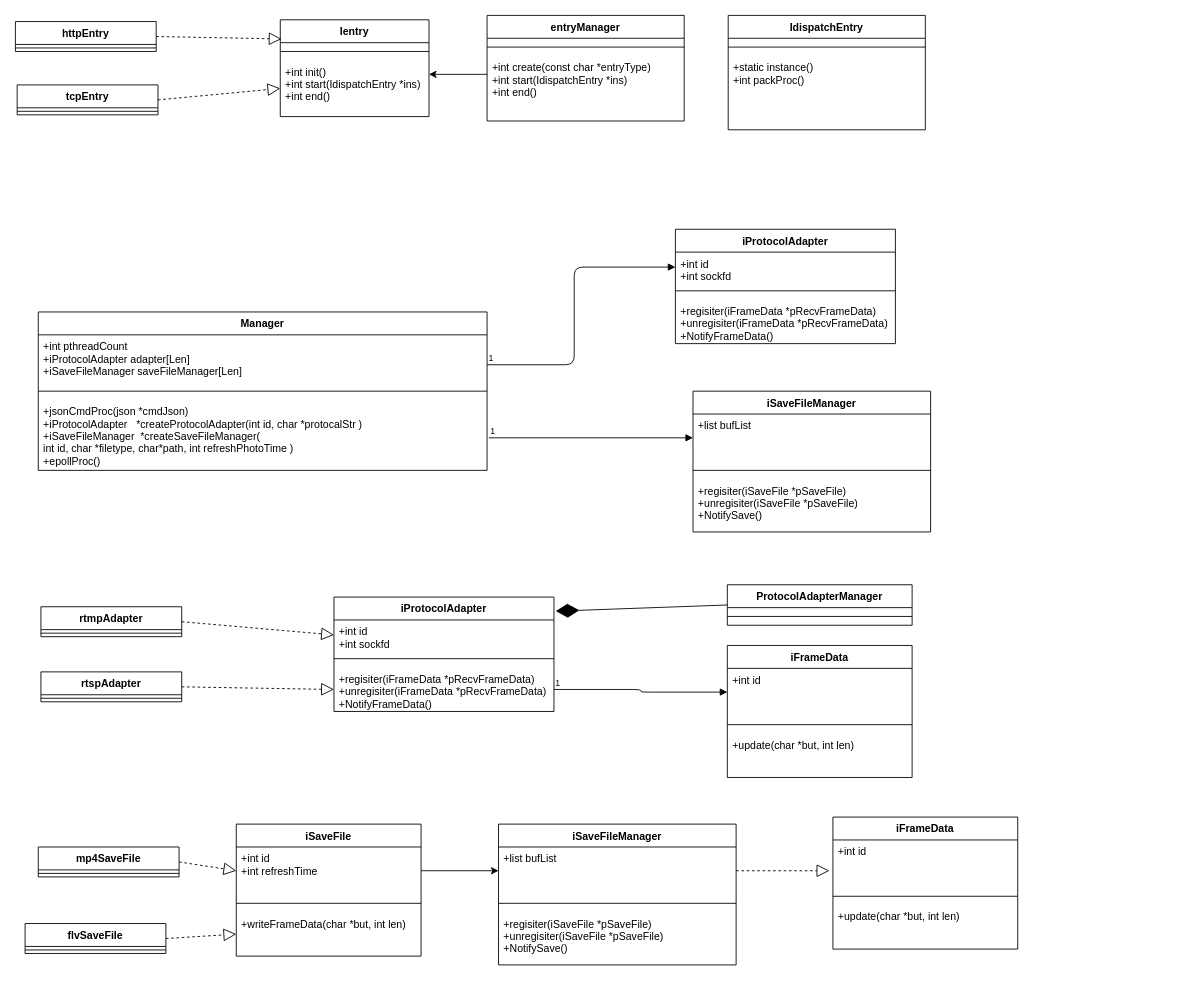
This is 巡课uml.drawio from huangPeiLc/drawio, a draw.io file, before an edit. Source tidied: cells renumbered, new cells numbered last; positions are measured from the earlier drawing's top-left corner, leaving out a move shared by most shapes. Both pictures are drawn from the tidied source at 88%, with x=0, y=0 at pixel (15, 15).
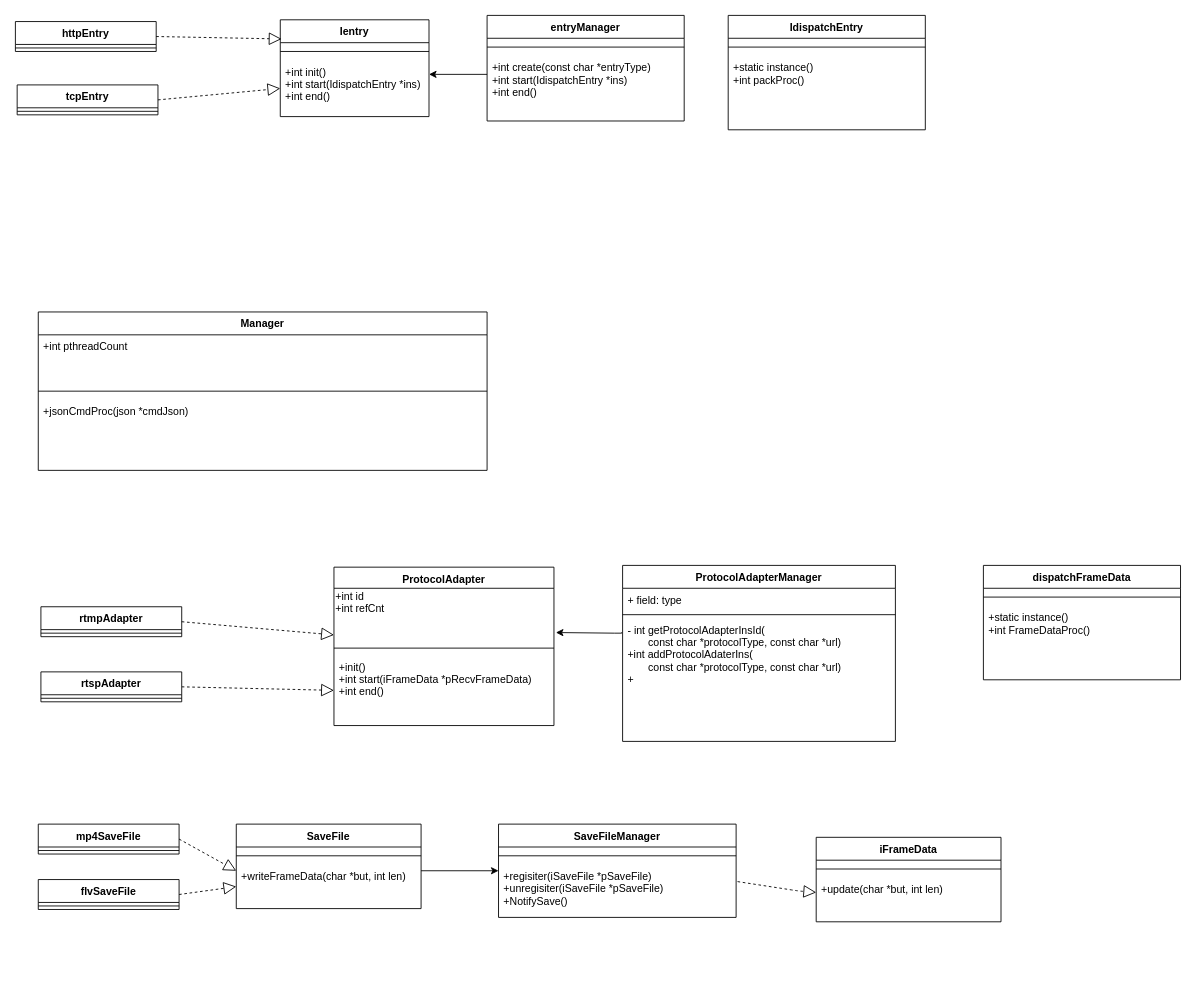
After the change.

The change refers to these unchanged cells:
```xml
<mxCell id="7" value="rtmpAdapter&#10;" style="swimlane;fontStyle=1;align=center;verticalAlign=top;horizontal=1;startSize=26;" parent="1" vertex="1">
  <mxGeometry x="29" y="672" width="160" height="34" as="geometry" />
</mxCell>
<mxCell id="41" value="Manager" style="swimlane;fontStyle=1;align=center;verticalAlign=top;horizontal=1;startSize=26;" parent="1" vertex="1">
  <mxGeometry x="26" y="337" width="510" height="180" as="geometry" />
</mxCell>
```

Change to the diagram source:
```diff
@@
-    <mxCell id="2" value="iProtocolAdapter&#10;" style="swimlane;fontStyle=1;align=center;verticalAlign=top;horizontal=1;startSize=26;" parent="1" vertex="1">
-      <mxGeometry x="362" y="661" width="250" height="130" as="geometry" />
+    <mxCell id="2" value="ProtocolAdapter&#10;" style="swimlane;fontStyle=1;align=center;verticalAlign=top;horizontal=1;startSize=24;" parent="1" vertex="1">
+      <mxGeometry x="362" y="627" width="250" height="180" as="geometry" />
     </mxCell>
-    <mxCell id="3" value="+int id&#10;+int sockfd" style="text;strokeColor=none;fillColor=none;align=left;verticalAlign=top;spacingLeft=4;spacingRight=4;overflow=hidden;points=[[0,0.5],[1,0.5]];portConstraint=eastwest;" parent="2" vertex="1">
-      <mxGeometry y="26" width="250" height="34" as="geometry" />
-    </mxCell>
+    <mxCell id="73" value="+int id&lt;br&gt;+int refCnt&lt;table&gt;&lt;tbody&gt;&lt;tr&gt;&lt;td&gt;&lt;br&gt;&lt;/td&gt;&lt;/tr&gt;&lt;/tbody&gt;&lt;/table&gt;&lt;br&gt;" style="text;html=1;align=left;verticalAlign=top;spacingTop=-4;" parent="2" vertex="1">
+      <mxGeometry y="24" width="250" height="60" as="geometry" />
+    </mxCell>
     <mxCell id="4" style="line;strokeWidth=1;fillColor=none;align=left;verticalAlign=middle;spacingTop=-1;spacingLeft=3;spacingRight=3;labelPosition=right;" parent="2" vertex="1">
-      <mxGeometry y="60" width="250" height="20" as="geometry" />
+      <mxGeometry y="84" width="250" height="16" as="geometry" />
     </mxCell>
-    <mxCell id="5" value="+regisiter(iFrameData *pRecvFrameData)&#10;+unregisiter(iFrameData *pRecvFrameData)&#10;+NotifyFrameData()" style="text;strokeColor=none;fillColor=none;align=left;verticalAlign=top;spacingLeft=4;spacingRight=4;overflow=hidden;points=[[0,0.5],[1,0.5]];portConstraint=eastwest;" parent="2" vertex="1">
-      <mxGeometry y="80" width="250" height="50" as="geometry" />
+    <mxCell id="5" value="+init()&#10;+int start(iFrameData *pRecvFrameData)&#10;+int end()" style="text;strokeColor=none;fillColor=none;align=left;verticalAlign=top;spacingLeft=4;spacingRight=4;overflow=hidden;points=[[0,0.5],[1,0.5]];portConstraint=eastwest;" parent="2" vertex="1">
+      <mxGeometry y="100" width="250" height="80" as="geometry" />
     </mxCell>
@@
-    <mxCell id="11" style="endArrow=block;dashed=1;endFill=0;endSize=12;html=1;exitX=1;exitY=0.5;exitDx=0;exitDy=0;entryX=0;entryY=0.5;entryDx=0;entryDy=0;" parent="1" edge="1" source="7" target="3">
-      <mxGeometry relative="1" as="geometry" />
+    <mxCell id="11" style="endArrow=block;dashed=1;endFill=0;endSize=12;html=1;exitX=1;exitY=0.5;exitDx=0;exitDy=0;entryX=0;entryY=0.5;entryDx=0;entryDy=0;" parent="1" edge="1" source="7">
+      <mxGeometry relative="1" as="geometry">
+        <mxPoint x="362" y="704" as="targetPoint" />
+      </mxGeometry>
     </mxCell>
-    <mxCell id="12" value="iSaveFileManager&#10;" style="swimlane;fontStyle=1;align=center;verticalAlign=top;horizontal=1;startSize=26;" parent="1" vertex="1">
-      <mxGeometry x="549" y="919" width="270" height="160" as="geometry" />
+    <mxCell id="12" value="SaveFileManager&#10;" style="swimlane;fontStyle=1;align=center;verticalAlign=top;horizontal=1;startSize=26;" parent="1" vertex="1">
+      <mxGeometry x="549" y="919" width="270" height="106" as="geometry" />
     </mxCell>
-    <mxCell id="13" value="+list bufList&#10;" style="text;strokeColor=none;fillColor=none;align=left;verticalAlign=top;spacingLeft=4;spacingRight=4;overflow=hidden;points=[[0,0.5],[1,0.5]];portConstraint=eastwest;" parent="12" vertex="1">
-      <mxGeometry y="26" width="270" height="54" as="geometry" />
-    </mxCell>
     <mxCell id="14" style="line;strokeWidth=1;fillColor=none;align=left;verticalAlign=middle;spacingTop=-1;spacingLeft=3;spacingRight=3;labelPosition=right;" parent="12" vertex="1">
-      <mxGeometry y="80" width="270" height="20" as="geometry" />
+      <mxGeometry y="26" width="270" height="20" as="geometry" />
     </mxCell>
     <mxCell id="15" value="+regisiter(iSaveFile *pSaveFile)&#10;+unregisiter(iSaveFile *pSaveFile)&#10;+NotifySave()" style="text;strokeColor=none;fillColor=none;align=left;verticalAlign=top;spacingLeft=4;spacingRight=4;overflow=hidden;points=[[0,0.5],[1,0.5]];portConstraint=eastwest;" parent="12" vertex="1">
-      <mxGeometry y="100" width="270" height="60" as="geometry" />
+      <mxGeometry y="46" width="270" height="60" as="geometry" />
     </mxCell>
-    <mxCell id="16" value="iFrameData&#10;" style="swimlane;fontStyle=1;align=center;verticalAlign=top;horizontal=1;startSize=26;" parent="1" vertex="1">
-      <mxGeometry x="929" y="911" width="210" height="150" as="geometry" />
-    </mxCell>
-    <mxCell id="17" value="+int id&#10;" style="text;strokeColor=none;fillColor=none;align=left;verticalAlign=top;spacingLeft=4;spacingRight=4;overflow=hidden;points=[[0,0.5],[1,0.5]];portConstraint=eastwest;" parent="16" vertex="1">
-      <mxGeometry y="26" width="210" height="54" as="geometry" />
-    </mxCell>
-    <mxCell id="18" style="line;strokeWidth=1;fillColor=none;align=left;verticalAlign=middle;spacingTop=-1;spacingLeft=3;spacingRight=3;labelPosition=right;" parent="16" vertex="1">
-      <mxGeometry y="80" width="210" height="20" as="geometry" />
-    </mxCell>
-    <mxCell id="19" value="+update(char *but, int len)&#10;" style="text;strokeColor=none;fillColor=none;align=left;verticalAlign=top;spacingLeft=4;spacingRight=4;overflow=hidden;" parent="16" vertex="1">
-      <mxGeometry y="100" width="210" height="50" as="geometry" />
-    </mxCell>
-    <mxCell id="20" value="ProtocolAdapterManager&#10;" style="swimlane;fontStyle=1;align=center;verticalAlign=top;horizontal=1;startSize=26;" parent="1" vertex="1">
-      <mxGeometry x="809" y="647" width="210" height="46" as="geometry" />
-    </mxCell>
-    <mxCell id="21" style="line;strokeWidth=1;fillColor=none;align=left;verticalAlign=middle;spacingTop=-1;spacingLeft=3;spacingRight=3;labelPosition=right;" parent="20" vertex="1">
-      <mxGeometry y="26" width="210" height="20" as="geometry" />
-    </mxCell>
-    <mxCell id="22" style="endArrow=diamondThin;endFill=1;endSize=24;html=1;entryX=1.008;entryY=0.123;entryDx=0;entryDy=0;exitX=0;exitY=0.5;exitDx=0;exitDy=0;entryPerimeter=0;" parent="1" edge="1" source="20" target="2">
-      <mxGeometry relative="1" as="geometry" />
-    </mxCell>
-    <mxCell id="23" style="endArrow=block;endFill=1;html=1;edgeStyle=orthogonalEdgeStyle;align=left;verticalAlign=top;exitX=1;exitY=0.5;exitDx=0;exitDy=0;entryX=0;entryY=0.5;entryDx=0;entryDy=0;" parent="1" edge="1" source="5" target="26">
-      <mxGeometry x="-1" relative="1" as="geometry">
-        <Array as="points">
-          <mxPoint x="711" y="766" />
-          <mxPoint x="711" y="769" />
-        </Array>
-      </mxGeometry>
-    </mxCell>
-    <mxCell id="24" value="1" style="html=1;align=left;verticalAlign=bottom;labelBackgroundColor=#ffffff;fontSize=10;" parent="23" vertex="1">
-      <mxGeometry x="-1" relative="1" as="geometry" />
-    </mxCell>
     <mxCell id="25" value="iFrameData&#10;" style="swimlane;fontStyle=1;align=center;verticalAlign=top;horizontal=1;startSize=26;" parent="1" vertex="1">
-      <mxGeometry x="809" y="716" width="210" height="150" as="geometry" />
+      <mxGeometry x="910" y="934" width="210" height="96" as="geometry" />
     </mxCell>
-    <mxCell id="26" value="+int id&#10;&#10;" style="text;strokeColor=none;fillColor=none;align=left;verticalAlign=top;spacingLeft=4;spacingRight=4;overflow=hidden;points=[[0,0.5],[1,0.5]];portConstraint=eastwest;" parent="25" vertex="1">
-      <mxGeometry y="26" width="210" height="54" as="geometry" />
-    </mxCell>
     <mxCell id="27" style="line;strokeWidth=1;fillColor=none;align=left;verticalAlign=middle;spacingTop=-1;spacingLeft=3;spacingRight=3;labelPosition=right;" parent="25" vertex="1">
-      <mxGeometry y="80" width="210" height="20" as="geometry" />
+      <mxGeometry y="26" width="210" height="20" as="geometry" />
     </mxCell>
     <mxCell id="28" value="+update(char *but, int len)&#10;" style="text;strokeColor=none;fillColor=none;align=left;verticalAlign=top;spacingLeft=4;spacingRight=4;overflow=hidden;points=[[0,0.5],[1,0.5]];portConstraint=eastwest;" parent="25" vertex="1">
-      <mxGeometry y="100" width="210" height="50" as="geometry" />
+      <mxGeometry y="46" width="210" height="50" as="geometry" />
     </mxCell>
-    <mxCell id="29" style="endArrow=block;dashed=1;endFill=0;endSize=12;html=1;exitX=1;exitY=0.5;exitDx=0;exitDy=0;entryX=-0.019;entryY=0.648;entryDx=0;entryDy=0;entryPerimeter=0;" parent="1" edge="1" source="13" target="17">
-      <mxGeometry relative="1" as="geometry" />
+    <mxCell id="29" style="endArrow=block;dashed=1;endFill=0;endSize=12;html=1;exitX=1.006;exitY=0.322;exitDx=0;exitDy=0;exitPerimeter=0;" parent="1" edge="1" source="15" target="28">
+      <mxGeometry relative="1" as="geometry">
+        <Array as="points">
+          <mxPoint x="890" y="995" />
+        </Array>
+      </mxGeometry>
     </mxCell>
-    <mxCell id="30" value="iSaveFile&#10;" style="swimlane;fontStyle=1;align=center;verticalAlign=top;horizontal=1;startSize=26;" parent="1" vertex="1">
-      <mxGeometry x="251" y="919" width="210" height="150" as="geometry" />
+    <mxCell id="30" value="SaveFile&#10;" style="swimlane;fontStyle=1;align=center;verticalAlign=top;horizontal=1;startSize=26;" parent="1" vertex="1">
+      <mxGeometry x="251" y="919" width="210" height="96" as="geometry" />
     </mxCell>
-    <mxCell id="31" value="+int id&#10;+int refreshTime" style="text;strokeColor=none;fillColor=none;align=left;verticalAlign=top;spacingLeft=4;spacingRight=4;overflow=hidden;points=[[0,0.5],[1,0.5]];portConstraint=eastwest;" parent="30" vertex="1">
-      <mxGeometry y="26" width="210" height="54" as="geometry" />
-    </mxCell>
     <mxCell id="32" style="line;strokeWidth=1;fillColor=none;align=left;verticalAlign=middle;spacingTop=-1;spacingLeft=3;spacingRight=3;labelPosition=right;" parent="30" vertex="1">
-      <mxGeometry y="80" width="210" height="20" as="geometry" />
+      <mxGeometry y="26" width="210" height="20" as="geometry" />
     </mxCell>
     <mxCell id="33" value="+writeFrameData(char *but, int len)&#10;" style="text;strokeColor=none;fillColor=none;align=left;verticalAlign=top;spacingLeft=4;spacingRight=4;overflow=hidden;points=[[0,0.5],[1,0.5]];portConstraint=eastwest;" parent="30" vertex="1">
-      <mxGeometry y="100" width="210" height="50" as="geometry" />
+      <mxGeometry y="46" width="210" height="50" as="geometry" />
     </mxCell>
-    <mxCell id="34" style="edgeStyle=orthogonalEdgeStyle;rounded=0;jettySize=auto;html=1;exitX=1;exitY=0.5;exitDx=0;exitDy=0;entryX=0;entryY=0.5;entryDx=0;entryDy=0;" parent="1" edge="1" source="31" target="13">
-      <mxGeometry relative="1" as="geometry" />
+    <mxCell id="34" style="edgeStyle=orthogonalEdgeStyle;rounded=0;orthogonalLoop=1;jettySize=auto;html=1;exitX=1;exitY=0.5;exitDx=0;exitDy=0;entryX=0;entryY=0.5;entryDx=0;entryDy=0;" parent="1" edge="1">
+      <mxGeometry relative="1" as="geometry">
+        <mxPoint x="461" y="972" as="sourcePoint" />
+        <mxPoint x="549" y="972" as="targetPoint" />
+      </mxGeometry>
     </mxCell>
@@
     <mxCell id="36" value="mp4SaveFile&#10;" style="swimlane;fontStyle=1;align=center;verticalAlign=top;horizontal=1;startSize=26;" parent="1" vertex="1">
-      <mxGeometry x="26" y="945" width="160" height="34" as="geometry" />
+      <mxGeometry x="26" y="919" width="160" height="34" as="geometry" />
     </mxCell>
@@
     <mxCell id="38" value="flvSaveFile" style="swimlane;fontStyle=1;align=center;verticalAlign=top;horizontal=1;startSize=26;" parent="1" vertex="1">
-      <mxGeometry x="11" y="1032" width="160" height="34" as="geometry" />
+      <mxGeometry x="26" y="982" width="160" height="34" as="geometry" />
     </mxCell>
@@
-    <mxCell id="40" style="endArrow=block;dashed=1;endFill=0;endSize=12;html=1;exitX=1;exitY=0.5;exitDx=0;exitDy=0;entryX=0;entryY=0.5;entryDx=0;entryDy=0;" parent="1" edge="1" source="36" target="31">
-      <mxGeometry relative="1" as="geometry" />
+    <mxCell id="40" style="endArrow=block;dashed=1;endFill=0;endSize=12;html=1;exitX=1;exitY=0.5;exitDx=0;exitDy=0;entryX=0;entryY=0.5;entryDx=0;entryDy=0;" parent="1" edge="1" source="36">
+      <mxGeometry relative="1" as="geometry">
+        <mxPoint x="251" y="972" as="targetPoint" />
+      </mxGeometry>
     </mxCell>
@@
-    <mxCell id="42" value="+int pthreadCount&#10;+iProtocolAdapter adapter[Len]&#10;+iSaveFileManager saveFileManager[Len]&#10;&#10;" style="text;strokeColor=none;fillColor=none;align=left;verticalAlign=top;spacingLeft=4;spacingRight=4;overflow=hidden;" parent="41" vertex="1">
+    <mxCell id="42" value="+int pthreadCount&#10;&#10;&#10;" style="text;strokeColor=none;fillColor=none;align=left;verticalAlign=top;spacingLeft=4;spacingRight=4;overflow=hidden;" parent="41" vertex="1">
       <mxGeometry y="26" width="510" height="54" as="geometry" />
     </mxCell>
@@
-    <mxCell id="44" value="+jsonCmdProc(json *cmdJson)&#10;+iProtocolAdapter   *createProtocolAdapter(int id, char *protocalStr )&#10;+iSaveFileManager  *createSaveFileManager(&#10;int id, char *filetype, char*path, int refreshPhotoTime )&#10;+epollProc()" style="text;strokeColor=none;fillColor=none;align=left;verticalAlign=top;spacingLeft=4;spacingRight=4;overflow=hidden;" parent="41" vertex="1">
+    <mxCell id="44" value="+jsonCmdProc(json *cmdJson)&#10;" style="text;strokeColor=none;fillColor=none;align=left;verticalAlign=top;spacingLeft=4;spacingRight=4;overflow=hidden;" parent="41" vertex="1">
       <mxGeometry y="100" width="510" height="80" as="geometry" />
     </mxCell>
@@
-    <mxCell id="54" style="endArrow=block;endFill=1;html=1;edgeStyle=orthogonalEdgeStyle;align=left;verticalAlign=top;exitX=1;exitY=0.5;exitDx=0;exitDy=0;entryX=0;entryY=0.5;entryDx=0;entryDy=0;" parent="1" edge="1" target="57">
-      <mxGeometry x="-1" relative="1" as="geometry">
-        <mxPoint x="536" y="397" as="sourcePoint" />
-        <Array as="points">
-          <mxPoint x="635" y="397" />
-          <mxPoint x="635" y="286" />
-        </Array>
-      </mxGeometry>
-    </mxCell>
-    <mxCell id="55" value="1" style="html=1;align=left;verticalAlign=bottom;labelBackgroundColor=#ffffff;fontSize=10;" parent="54" vertex="1">
-      <mxGeometry x="-1" relative="1" as="geometry" />
-    </mxCell>
-    <mxCell id="56" value="iProtocolAdapter&#10;" style="swimlane;fontStyle=1;align=center;verticalAlign=top;horizontal=1;startSize=26;" parent="1" vertex="1">
-      <mxGeometry x="750" y="243" width="250" height="130" as="geometry" />
-    </mxCell>
-    <mxCell id="57" value="+int id&#10;+int sockfd" style="text;strokeColor=none;fillColor=none;align=left;verticalAlign=top;spacingLeft=4;spacingRight=4;overflow=hidden;points=[[0,0.5],[1,0.5]];portConstraint=eastwest;" parent="56" vertex="1">
-      <mxGeometry y="26" width="250" height="34" as="geometry" />
-    </mxCell>
-    <mxCell id="58" style="line;strokeWidth=1;fillColor=none;align=left;verticalAlign=middle;spacingTop=-1;spacingLeft=3;spacingRight=3;labelPosition=right;" parent="56" vertex="1">
-      <mxGeometry y="60" width="250" height="20" as="geometry" />
-    </mxCell>
-    <mxCell id="59" value="+regisiter(iFrameData *pRecvFrameData)&#10;+unregisiter(iFrameData *pRecvFrameData)&#10;+NotifyFrameData()" style="text;strokeColor=none;fillColor=none;align=left;verticalAlign=top;spacingLeft=4;spacingRight=4;overflow=hidden;" parent="56" vertex="1">
-      <mxGeometry y="80" width="250" height="50" as="geometry" />
-    </mxCell>
-    <mxCell id="60" value="iSaveFileManager&#10;" style="swimlane;fontStyle=1;align=center;verticalAlign=top;horizontal=1;startSize=26;" parent="1" vertex="1">
-      <mxGeometry x="770" y="427" width="270" height="160" as="geometry" />
-    </mxCell>
-    <mxCell id="61" value="+list bufList&#10;" style="text;strokeColor=none;fillColor=none;align=left;verticalAlign=top;spacingLeft=4;spacingRight=4;overflow=hidden;points=[[0,0.5],[1,0.5]];portConstraint=eastwest;" parent="60" vertex="1">
-      <mxGeometry y="26" width="270" height="54" as="geometry" />
-    </mxCell>
-    <mxCell id="62" style="line;strokeWidth=1;fillColor=none;align=left;verticalAlign=middle;spacingTop=-1;spacingLeft=3;spacingRight=3;labelPosition=right;" parent="60" vertex="1">
-      <mxGeometry y="80" width="270" height="20" as="geometry" />
-    </mxCell>
-    <mxCell id="63" value="+regisiter(iSaveFile *pSaveFile)&#10;+unregisiter(iSaveFile *pSaveFile)&#10;+NotifySave()" style="text;strokeColor=none;fillColor=none;align=left;verticalAlign=top;spacingLeft=4;spacingRight=4;overflow=hidden;" parent="60" vertex="1">
-      <mxGeometry y="100" width="270" height="60" as="geometry" />
-    </mxCell>
-    <mxCell id="64" style="endArrow=block;endFill=1;html=1;edgeStyle=orthogonalEdgeStyle;align=left;verticalAlign=top;entryX=0;entryY=0.5;entryDx=0;entryDy=0;" parent="1" edge="1" target="61">
-      <mxGeometry x="-1" relative="1" as="geometry">
-        <mxPoint x="538" y="480" as="sourcePoint" />
-        <Array as="points">
-          <mxPoint x="538" y="480" />
-        </Array>
-      </mxGeometry>
-    </mxCell>
-    <mxCell id="65" value="1" style="html=1;align=left;verticalAlign=bottom;labelBackgroundColor=#ffffff;fontSize=10;" parent="64" vertex="1">
-      <mxGeometry x="-1" relative="1" as="geometry" />
-    </mxCell>
@@
+    <mxCell id="20" value="ProtocolAdapterManager&#10;" style="swimlane;fontStyle=1;align=center;verticalAlign=top;horizontal=1;startSize=26;" parent="1" vertex="1">
+      <mxGeometry x="690" y="625" width="310" height="200" as="geometry" />
+    </mxCell>
+    <mxCell id="74" value="+ field: type" style="text;strokeColor=none;fillColor=none;align=left;verticalAlign=top;spacingLeft=4;spacingRight=4;overflow=hidden;" parent="20" vertex="1">
+      <mxGeometry y="26" width="310" height="26" as="geometry" />
+    </mxCell>
+    <mxCell id="75" style="line;strokeWidth=1;fillColor=none;align=left;verticalAlign=middle;spacingTop=-1;spacingLeft=3;spacingRight=3;labelPosition=right;" parent="20" vertex="1">
+      <mxGeometry y="52" width="310" height="8" as="geometry" />
+    </mxCell>
+    <mxCell id="76" value="- int getProtocolAdapterInsId(&#10;       const char *protocolType, const char *url)&#10;+int addProtocolAdaterIns(&#10;       const char *protocolType, const char *url)&#10;+&#10;" style="text;strokeColor=none;fillColor=none;align=left;verticalAlign=top;spacingLeft=4;spacingRight=4;overflow=hidden;" parent="20" vertex="1">
+      <mxGeometry y="60" width="310" height="140" as="geometry" />
+    </mxCell>
+    <mxCell id="77" style="edgeStyle=orthogonalEdgeStyle;rounded=0;orthogonalLoop=1;jettySize=auto;html=1;" parent="1" edge="1">
+      <mxGeometry relative="1" as="geometry">
+        <mxPoint x="689" y="701" as="sourcePoint" />
+        <mxPoint x="614.2" y="701.3" as="targetPoint" />
+        <Array as="points">
+          <mxPoint x="689" y="702" />
+          <mxPoint x="681" y="702" />
+        </Array>
+      </mxGeometry>
+    </mxCell>
+    <mxCell id="78" value="dispatchFrameData" style="swimlane;fontStyle=1;align=center;verticalAlign=top;horizontal=1;startSize=26;" parent="1" vertex="1">
+      <mxGeometry x="1100" y="625" width="224" height="130" as="geometry" />
+    </mxCell>
+    <mxCell id="79" style="line;strokeWidth=1;fillColor=none;align=left;verticalAlign=middle;spacingTop=-1;spacingLeft=3;spacingRight=3;labelPosition=right;" parent="78" vertex="1">
+      <mxGeometry y="26" width="224" height="20" as="geometry" />
+    </mxCell>
+    <mxCell id="80" value="+static instance()&#10;+int FrameDataProc()&#10;&#10;&#10;" style="text;strokeColor=none;fillColor=none;align=left;verticalAlign=top;spacingLeft=4;spacingRight=4;overflow=hidden;" parent="78" vertex="1">
+      <mxGeometry y="46" width="224" height="84" as="geometry" />
+    </mxCell>
```
